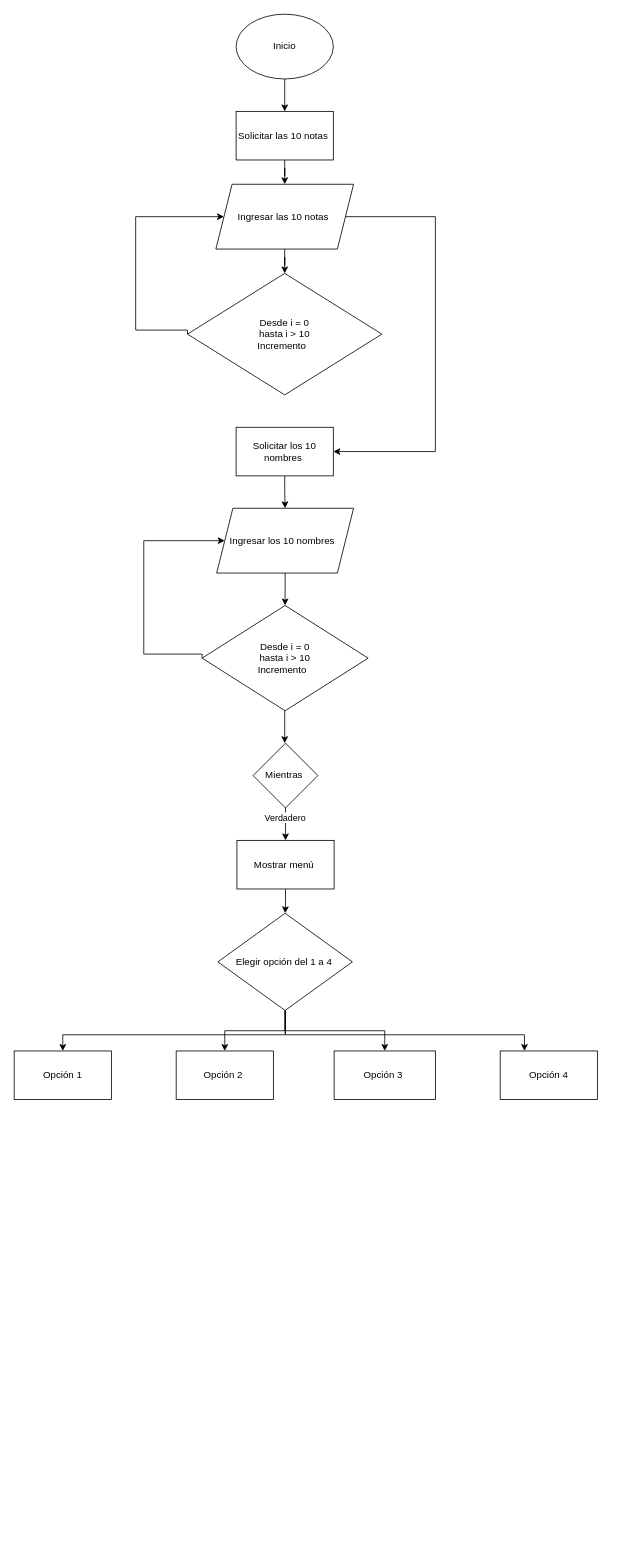
DAMEJIAS/proyectos keeps this draw.io diagram as Diagrama sin título.drawio. Above is the earlier version. Source tidied: cells renumbered, new cells numbered last; positions are measured from the earlier drawing's top-left corner, leaving out a move shared by most shapes. Both pictures are drawn from the tidied source at 81%, with x=0, y=0 at pixel (14, 14).
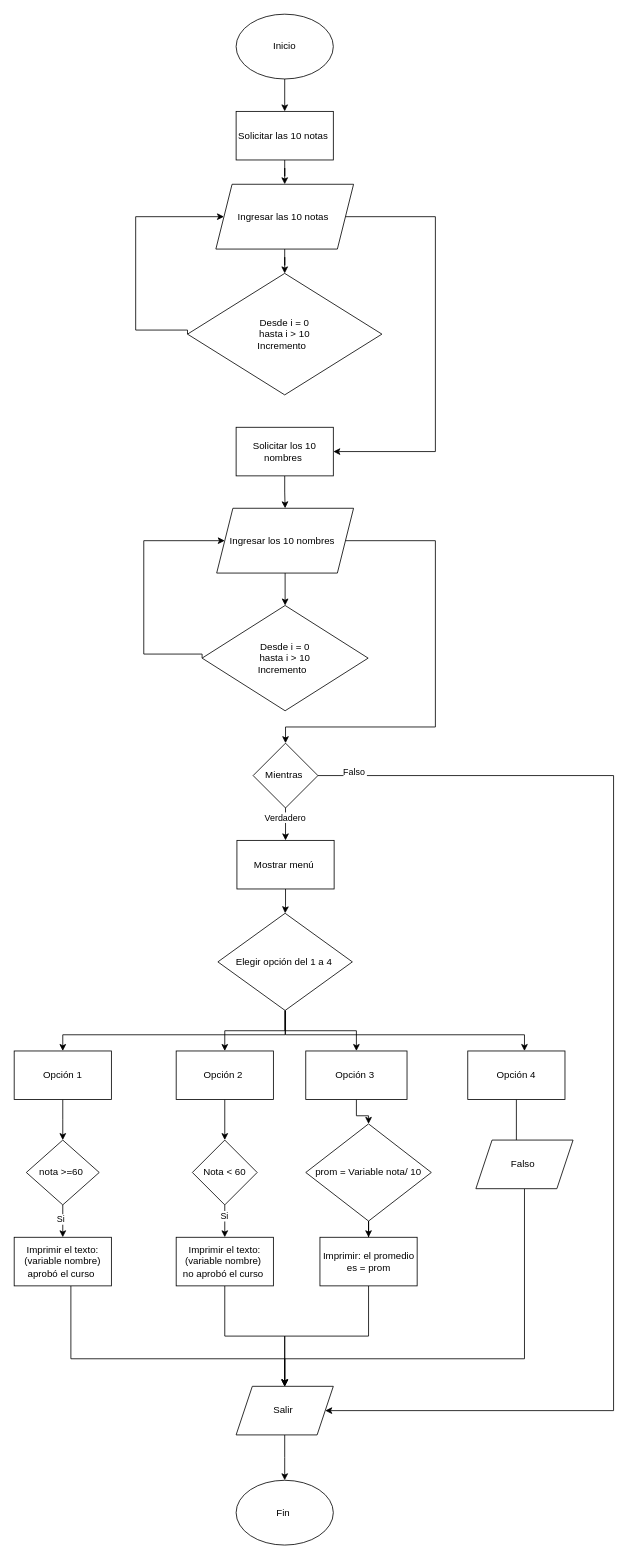
After the change.

Commit message:
Diagrama de flujo segundo parcial

Unchanged cells that the change refers to:
```xml
<mxCell id="14" value="Ingresar los 10 nombres&amp;nbsp;&amp;nbsp;" style="shape=parallelogram;perimeter=parallelogramPerimeter;whiteSpace=wrap;html=1;fixedSize=1;" parent="1" vertex="1">
  <mxGeometry x="250" y="610" width="169" height="80" as="geometry" />
</mxCell>
<mxCell id="17" value="Desde i = 0&lt;div&gt;hasta i &amp;gt; 10&lt;/div&gt;&lt;div&gt;Incremento&amp;nbsp;&amp;nbsp;&lt;/div&gt;" style="rhombus;whiteSpace=wrap;html=1;" parent="1" vertex="1">
  <mxGeometry x="232" y="730" width="205" height="130" as="geometry" />
</mxCell>
<mxCell id="20" value="Mientras&amp;nbsp;" style="rhombus;whiteSpace=wrap;html=1;" parent="1" vertex="1">
  <mxGeometry x="295" y="900" width="80" height="80" as="geometry" />
</mxCell>
<mxCell id="28" value="Opción 1" style="rounded=0;whiteSpace=wrap;html=1;" parent="1" vertex="1">
  <mxGeometry y="1280" width="120" height="60" as="geometry" />
</mxCell>
<mxCell id="29" value="Opción 2&amp;nbsp;" style="rounded=0;whiteSpace=wrap;html=1;" parent="1" vertex="1">
  <mxGeometry x="200" y="1280" width="120" height="60" as="geometry" />
</mxCell>
```

Change to the diagram source:
```diff
@@
+    <mxCell id="32" style="edgeStyle=orthogonalEdgeStyle;rounded=0;jettySize=auto;html=1;entryX=0.5;entryY=0;entryDx=0;entryDy=0;" parent="1" edge="1" source="14" target="20">
+      <mxGeometry relative="1" as="geometry">
+        <Array as="points">
+          <mxPoint x="520" y="650" />
+          <mxPoint x="520" y="880" />
+          <mxPoint x="335" y="880" />
+        </Array>
+      </mxGeometry>
+    </mxCell>
@@
-    <mxCell id="16" style="edgeStyle=orthogonalEdgeStyle;rounded=0;jettySize=auto;html=1;entryX=0.5;entryY=0;entryDx=0;entryDy=0;" parent="1" edge="1" source="17">
-      <mxGeometry relative="1" as="geometry">
-        <mxPoint x="334" y="900" as="targetPoint" />
-      </mxGeometry>
-    </mxCell>
@@
+    <mxCell id="33" style="edgeStyle=orthogonalEdgeStyle;rounded=0;jettySize=auto;html=1;entryX=1;entryY=0.5;entryDx=0;entryDy=0;" parent="1" edge="1" source="20" target="56">
+      <mxGeometry relative="1" as="geometry">
+        <Array as="points">
+          <mxPoint x="740" y="940" />
+          <mxPoint x="740" y="1724" />
+        </Array>
+      </mxGeometry>
+    </mxCell>
+    <mxCell id="34" value="Falso&amp;nbsp;" style="edgeLabel;html=1;align=center;verticalAlign=middle;" parent="33" vertex="1">
+      <mxGeometry x="-0.94" y="5" relative="1" as="geometry" />
+    </mxCell>
@@
+    <mxCell id="35" style="edgeStyle=orthogonalEdgeStyle;rounded=0;jettySize=auto;html=1;" parent="1" edge="1" source="28">
+      <mxGeometry relative="1" as="geometry">
+        <mxPoint x="60" y="1390" as="targetPoint" />
+      </mxGeometry>
+    </mxCell>
@@
+    <mxCell id="36" style="edgeStyle=orthogonalEdgeStyle;rounded=0;jettySize=auto;html=1;entryX=0.5;entryY=0;entryDx=0;entryDy=0;" parent="1" edge="1" source="29" target="46">
+      <mxGeometry relative="1" as="geometry" />
+    </mxCell>
@@
+    <mxCell id="37" style="edgeStyle=orthogonalEdgeStyle;rounded=0;jettySize=auto;html=1;entryX=0.5;entryY=0;entryDx=0;entryDy=0;" parent="1" edge="1" source="30" target="50">
+      <mxGeometry relative="1" as="geometry" />
+    </mxCell>
     <mxCell id="30" value="Opción 3&amp;nbsp;" style="rounded=0;whiteSpace=wrap;html=1;" parent="1" vertex="1">
-      <mxGeometry x="395" y="1280" width="125" height="60" as="geometry" />
+      <mxGeometry x="360" y="1280" width="125" height="60" as="geometry" />
     </mxCell>
+    <mxCell id="38" style="edgeStyle=orthogonalEdgeStyle;rounded=0;jettySize=auto;html=1;" parent="1" edge="1" source="31">
+      <mxGeometry relative="1" as="geometry">
+        <mxPoint x="620" y="1450" as="targetPoint" />
+      </mxGeometry>
+    </mxCell>
     <mxCell id="31" value="&amp;nbsp;Opción 4&amp;nbsp;" style="rounded=0;whiteSpace=wrap;html=1;" parent="1" vertex="1">
-      <mxGeometry x="600" y="1280" width="120" height="60" as="geometry" />
+      <mxGeometry x="560" y="1280" width="120" height="60" as="geometry" />
     </mxCell>
+    <mxCell id="39" style="edgeStyle=orthogonalEdgeStyle;rounded=0;jettySize=auto;html=1;entryX=0.5;entryY=0;entryDx=0;entryDy=0;" parent="1" edge="1" source="41" target="43">
+      <mxGeometry relative="1" as="geometry" />
+    </mxCell>
+    <mxCell id="40" value="Si&amp;nbsp;" style="edgeLabel;html=1;align=center;verticalAlign=middle;" parent="39" vertex="1">
+      <mxGeometry x="-0.16" y="-2" relative="1" as="geometry" />
+    </mxCell>
+    <mxCell id="41" value="nota &amp;gt;=60&amp;nbsp;" style="rhombus;whiteSpace=wrap;html=1;" parent="1" vertex="1">
+      <mxGeometry x="15" y="1390" width="90" height="80" as="geometry" />
+    </mxCell>
+    <mxCell id="42" style="edgeStyle=orthogonalEdgeStyle;rounded=0;jettySize=auto;html=1;entryX=0.5;entryY=0;entryDx=0;entryDy=0;" parent="1" edge="1" source="43" target="56">
+      <mxGeometry relative="1" as="geometry">
+        <Array as="points">
+          <mxPoint x="70" y="1660" />
+        </Array>
+      </mxGeometry>
+    </mxCell>
+    <mxCell id="43" value="Imprimir el texto: (variable nombre) aprobó el curso&amp;nbsp;" style="rounded=0;whiteSpace=wrap;html=1;" parent="1" vertex="1">
+      <mxGeometry y="1510" width="120" height="60" as="geometry" />
+    </mxCell>
+    <mxCell id="44" style="edgeStyle=orthogonalEdgeStyle;rounded=0;jettySize=auto;html=1;entryX=0.5;entryY=0;entryDx=0;entryDy=0;" parent="1" edge="1" source="46" target="48">
+      <mxGeometry relative="1" as="geometry" />
+    </mxCell>
+    <mxCell id="45" value="Si&amp;nbsp;" style="edgeLabel;html=1;align=center;verticalAlign=middle;" parent="44" vertex="1">
+      <mxGeometry x="-0.36" relative="1" as="geometry" />
+    </mxCell>
+    <mxCell id="46" value="Nota &amp;lt; 60" style="rhombus;whiteSpace=wrap;html=1;" parent="1" vertex="1">
+      <mxGeometry x="220" y="1390" width="80" height="80" as="geometry" />
+    </mxCell>
+    <mxCell id="47" style="edgeStyle=orthogonalEdgeStyle;rounded=0;jettySize=auto;html=1;" parent="1" edge="1" source="48" target="56">
+      <mxGeometry relative="1" as="geometry" />
+    </mxCell>
+    <mxCell id="48" value="Imprimir el texto: (variable nombre)&amp;nbsp;&lt;div&gt;no aprobó el curso&amp;nbsp;&lt;/div&gt;" style="rounded=0;whiteSpace=wrap;html=1;" parent="1" vertex="1">
+      <mxGeometry x="200" y="1510" width="120" height="60" as="geometry" />
+    </mxCell>
+    <mxCell id="49" style="edgeStyle=orthogonalEdgeStyle;rounded=0;jettySize=auto;html=1;" parent="1" edge="1" source="50" target="52">
+      <mxGeometry relative="1" as="geometry" />
+    </mxCell>
+    <mxCell id="50" value="prom = Variable nota/ 10" style="rhombus;whiteSpace=wrap;html=1;" parent="1" vertex="1">
+      <mxGeometry x="360" y="1370" width="155" height="120" as="geometry" />
+    </mxCell>
+    <mxCell id="51" style="edgeStyle=orthogonalEdgeStyle;rounded=0;jettySize=auto;html=1;entryX=0.5;entryY=0;entryDx=0;entryDy=0;" parent="1" edge="1" source="52" target="56">
+      <mxGeometry relative="1" as="geometry" />
+    </mxCell>
+    <mxCell id="52" value="Imprimir: el promedio es = prom" style="rounded=0;whiteSpace=wrap;html=1;" parent="1" vertex="1">
+      <mxGeometry x="377.5" y="1510" width="120" height="60" as="geometry" />
+    </mxCell>
+    <mxCell id="53" style="edgeStyle=orthogonalEdgeStyle;rounded=0;jettySize=auto;html=1;entryX=0.5;entryY=0;entryDx=0;entryDy=0;" parent="1" edge="1" source="54" target="56">
+      <mxGeometry relative="1" as="geometry">
+        <Array as="points">
+          <mxPoint x="630" y="1660" />
+          <mxPoint x="334" y="1660" />
+        </Array>
+      </mxGeometry>
+    </mxCell>
+    <mxCell id="54" value="Falso&amp;nbsp;" style="shape=parallelogram;perimeter=parallelogramPerimeter;whiteSpace=wrap;html=1;fixedSize=1;" parent="1" vertex="1">
+      <mxGeometry x="570" y="1390" width="120" height="60" as="geometry" />
+    </mxCell>
+    <mxCell id="55" style="edgeStyle=orthogonalEdgeStyle;rounded=0;jettySize=auto;html=1;" parent="1" edge="1" source="56">
+      <mxGeometry relative="1" as="geometry">
+        <mxPoint x="334" y="1810" as="targetPoint" />
+      </mxGeometry>
+    </mxCell>
+    <mxCell id="56" value="Salir&amp;nbsp;" style="shape=parallelogram;perimeter=parallelogramPerimeter;whiteSpace=wrap;html=1;fixedSize=1;" parent="1" vertex="1">
+      <mxGeometry x="274" y="1694" width="120" height="60" as="geometry" />
+    </mxCell>
+    <mxCell id="57" value="Fin&amp;nbsp;" style="ellipse;whiteSpace=wrap;html=1;" parent="1" vertex="1">
+      <mxGeometry x="274" y="1810" width="120" height="80" as="geometry" />
+    </mxCell>
```
